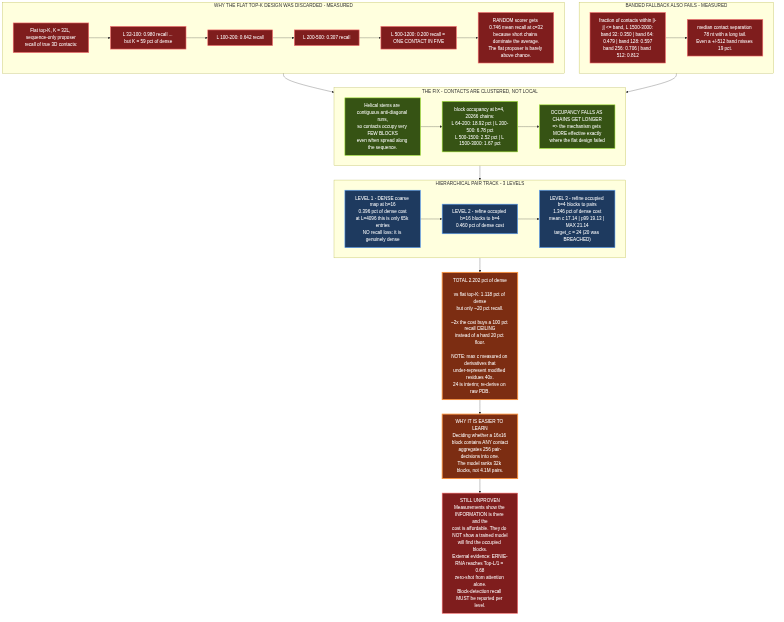
Above: research/architecture/diagrams/rendered/04-hierarchical-pair-track.png in E-Motioner-X-SBS/sbs-rna (Mermaid), before the change. Its source is kept beside it as research/architecture/diagrams/04-hierarchical-pair-track.mmd.
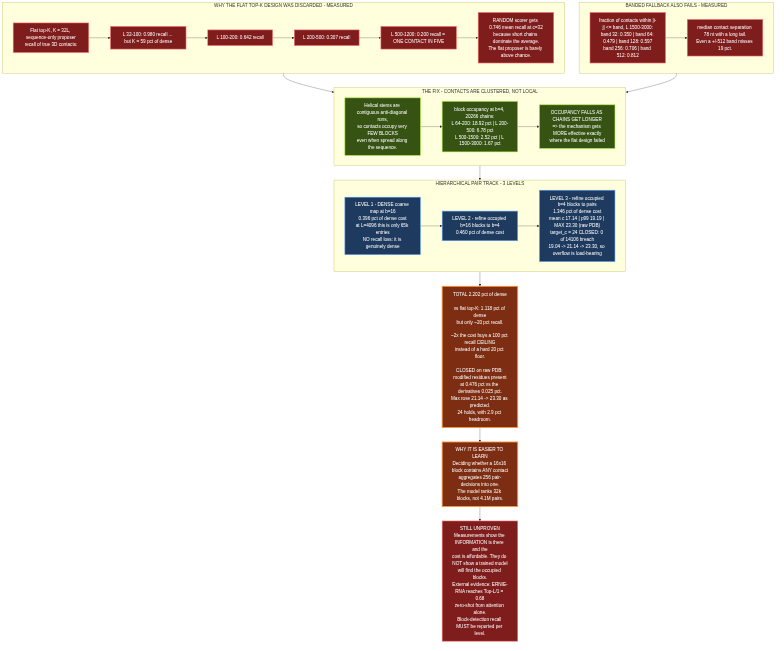
Later version of the same file.

The edit, as a diff of the source:
```diff
@@ -25,11 +25,11 @@
     subgraph HPT["HIERARCHICAL PAIR TRACK - 3 LEVELS"]
         L1["LEVEL 1 - DENSE coarse map at b=16<br/>0.396 pct of dense cost<br/>at L=4096 this is only 65k entries<br/>NO recall loss: it is genuinely dense"]
         L2["LEVEL 2 - refine occupied b=16 blocks to b=4<br/>0.460 pct of dense cost"]
-        L3["LEVEL 3 - refine occupied b=4 blocks to pairs<br/>1.346 pct of dense cost<br/>mean c 17.14 | p99 19.13 | MAX 21.14<br/>target_c = 24 (20 was BREACHED)"]
+        L3["LEVEL 3 - refine occupied b=4 blocks to pairs<br/>1.346 pct of dense cost<br/>mean c 17.14 | p99 19.19 | MAX 23.30 (raw PDB)<br/>target_c = 24 CLOSED: 0 of 14106 breach<br/>19.04 -&gt; 21.14 -&gt; 23.30, so overflow is load-bearing"]
         L1 --> L2 --> L3
     end
 
-    TOTAL["TOTAL 2.202 pct of dense<br/><br/>vs flat top-K: 1.118 pct of dense<br/>but only ~20 pct recall.<br/><br/>~2x the cost buys a 100 pct recall CEILING<br/>instead of a hard 20 pct floor.<br/><br/>NOTE: max c measured on derivatives that<br/>under-represent modified residues 40x.<br/>24 is interim; re-derive on raw PDB."]
+    TOTAL["TOTAL 2.202 pct of dense<br/><br/>vs flat top-K: 1.118 pct of dense<br/>but only ~20 pct recall.<br/><br/>~2x the cost buys a 100 pct recall CEILING<br/>instead of a hard 20 pct floor.<br/><br/>CLOSED on raw PDB: modified residues present<br/>at 0.476 pct vs the derivatives 0.025 pct.<br/>Max rose 21.14 -&gt; 23.30 as predicted.<br/>24 holds, with 2.9 pct headroom."]
 
     EASY["WHY IT IS EASIER TO LEARN<br/>Deciding whether a 16x16 block contains ANY contact<br/>aggregates 256 pair-decisions into one.<br/>The model ranks 32k blocks, not 4.1M pairs."]
 
```
